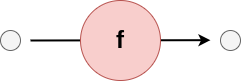
The draw.io diagram specification/src/assets/diagrams/EdgeNode.png in epi-project/brane-documentation, before a commit. Source tidied: cells renumbered, new cells last; positions are measured from the earlier drawing's top-left corner, leaving out a move shared by most shapes.
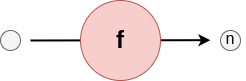
Above is the later version.

Change to the diagram source:
```diff
@@ -17,5 +17,8 @@
     <mxCell id="5" value="f" style="ellipse;whiteSpace=wrap;html=1;fillColor=#f8cecc;strokeColor=#b85450;fontSize=24;fontStyle=1;" parent="1" vertex="1">
       <mxGeometry x="80" width="80" height="80" as="geometry" />
     </mxCell>
+    <mxCell id="6" value="&lt;font face=&quot;Courier New&quot; style=&quot;font-size: 16px;&quot;&gt;n&lt;/font&gt;" style="text;html=1;strokeColor=none;fillColor=none;align=center;verticalAlign=middle;whiteSpace=wrap;rounded=0;" parent="1" vertex="1">
+      <mxGeometry x="215" y="25" width="30" height="30" as="geometry" />
+    </mxCell>
   </root>
 </mxGraphModel>
```
